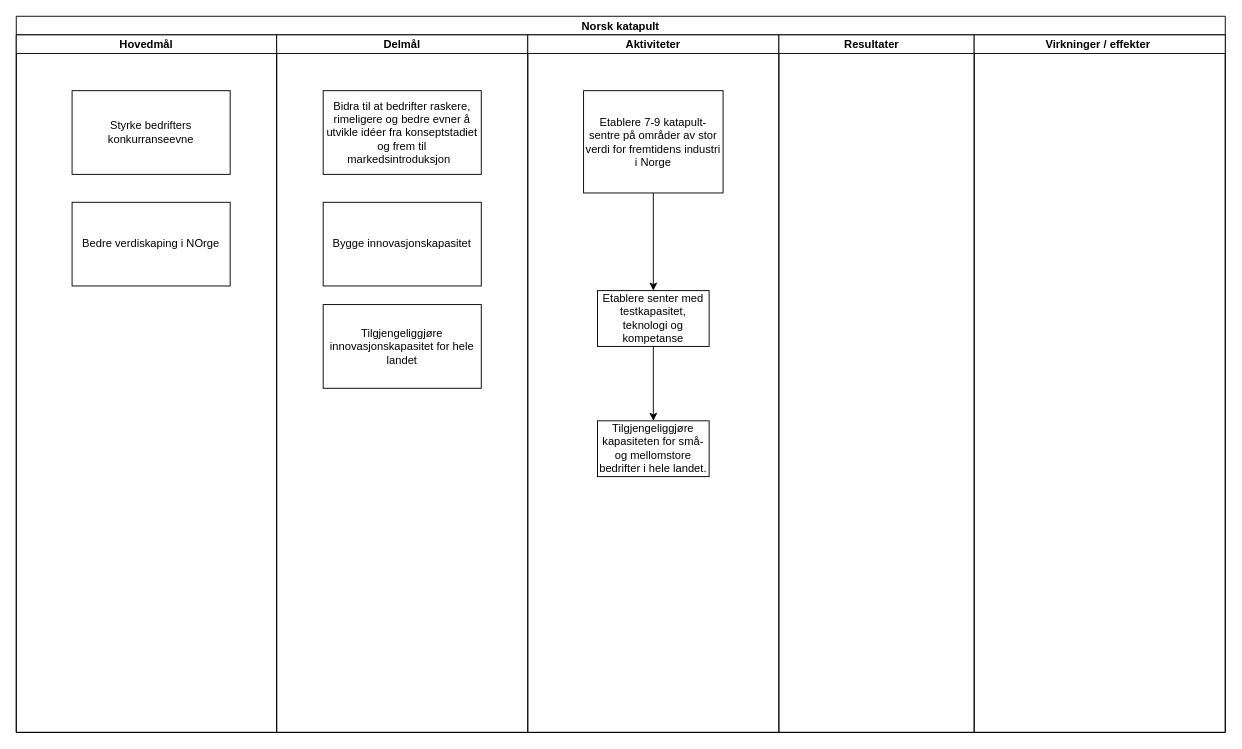
Earlier version of the draw.io diagram page "Norsk katapult" (2 of 2) of SFI_effektdiagram.drawio (gardenberg/drawio_tegninger). Source tidied: cells renumbered, new cells numbered last; positions are measured from the earlier drawing's top-left corner, leaving out a move shared by most shapes. Both pictures are drawn from the tidied source at 93%, with x=0, y=0 at pixel (16, 16).
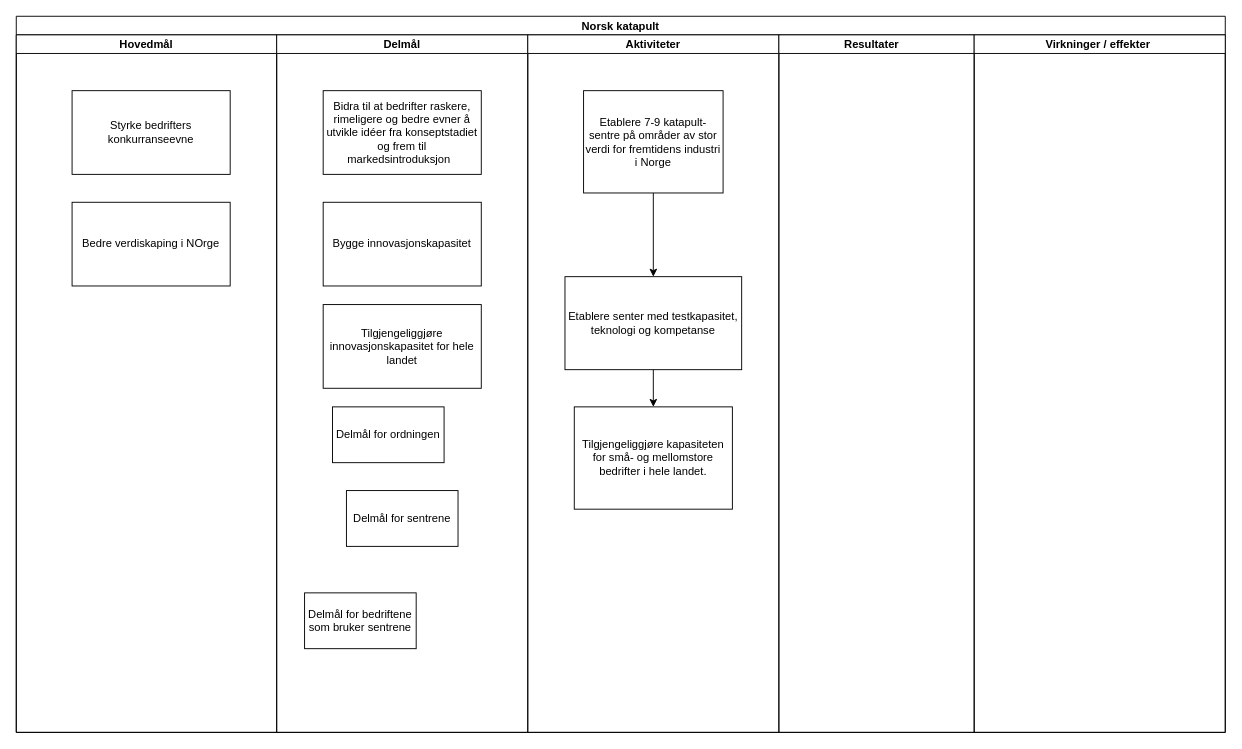
After the change.

The change refers to these unchanged cells:
```xml
<mxCell id="6" value="Delmål" style="swimlane;startSize=20;" parent="2" vertex="1">
  <mxGeometry x="280" y="20" width="270" height="750" as="geometry" />
</mxCell>
<mxCell id="10" value="Aktiviteter" style="swimlane;startSize=20;" parent="2" vertex="1">
  <mxGeometry x="550" y="20" width="270" height="750" as="geometry" />
</mxCell>
```

Change to the diagram source:
```diff
@@
+    <mxCell id="18" value="Delmål for sentrene" style="whiteSpace=wrap;html=1;" parent="6" vertex="1">
+      <mxGeometry x="75" y="490" width="120" height="60" as="geometry" />
+    </mxCell>
+    <mxCell id="19" value="Delmål for bedriftene som bruker sentrene" style="whiteSpace=wrap;html=1;" parent="6" vertex="1">
+      <mxGeometry x="30" y="600" width="120" height="60" as="geometry" />
+    </mxCell>
@@
     <mxCell id="14" value="Etablere senter med testkapasitet, teknologi og kompetanse" style="whiteSpace=wrap;html=1;" parent="10" vertex="1">
-      <mxGeometry x="75" y="275" width="120" height="60" as="geometry" />
+      <mxGeometry x="40" y="260" width="190" height="100" as="geometry" />
     </mxCell>
     <mxCell id="15" value="Tilgjengeliggjøre kapasiteten for små- og mellomstore bedrifter i hele landet." style="whiteSpace=wrap;html=1;" parent="10" vertex="1">
-      <mxGeometry x="75" y="415" width="120" height="60" as="geometry" />
+      <mxGeometry x="50" y="400" width="170" height="110" as="geometry" />
     </mxCell>
@@
+    <mxCell id="20" value="Delmål for ordningen" style="whiteSpace=wrap;html=1;" parent="1" vertex="1">
+      <mxGeometry x="340" y="420" width="120" height="60" as="geometry" />
+    </mxCell>
```
